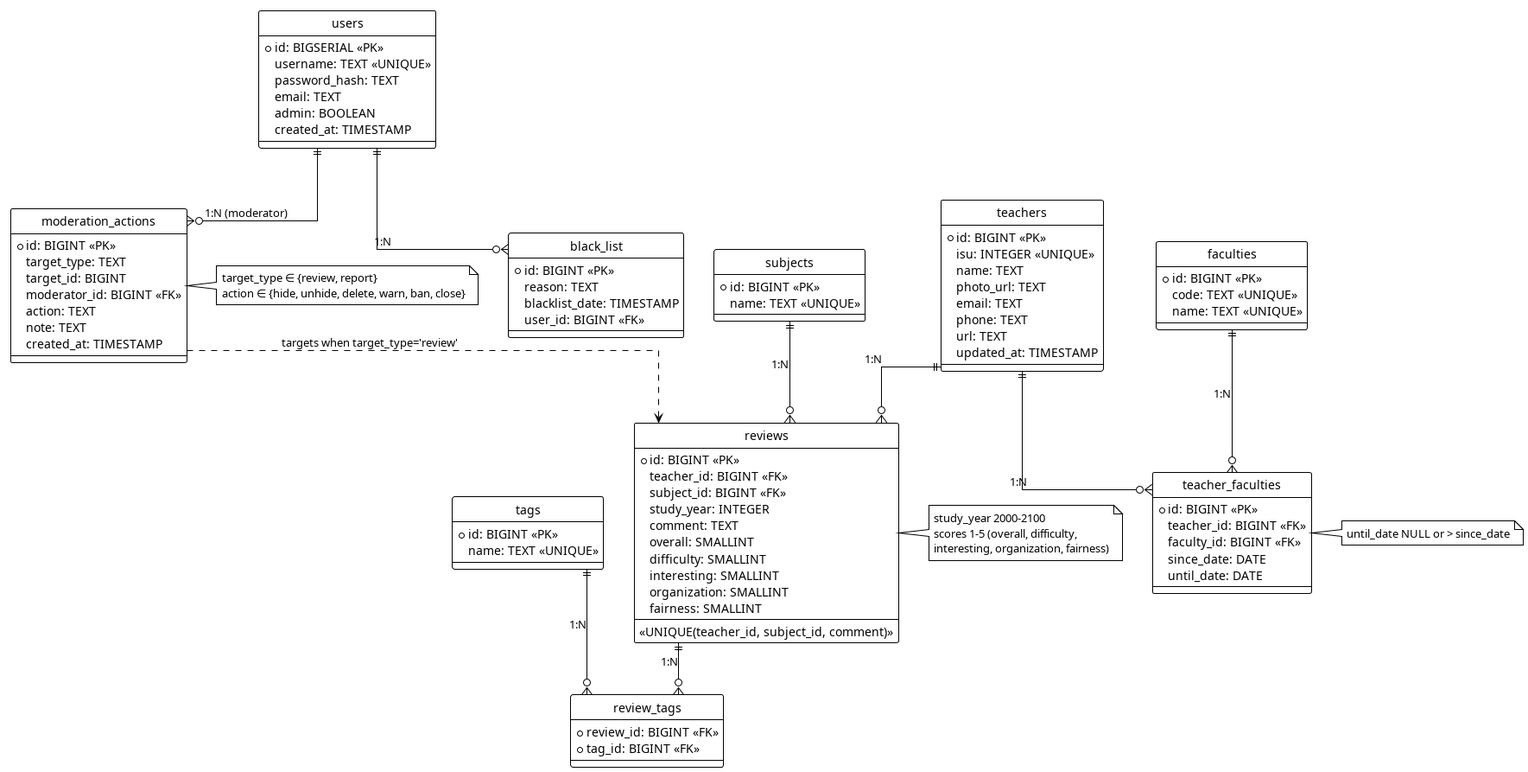
Before: out/assets/db_entities/db.png, a diagram exported from PlantUML (tenolly/reviews-system).
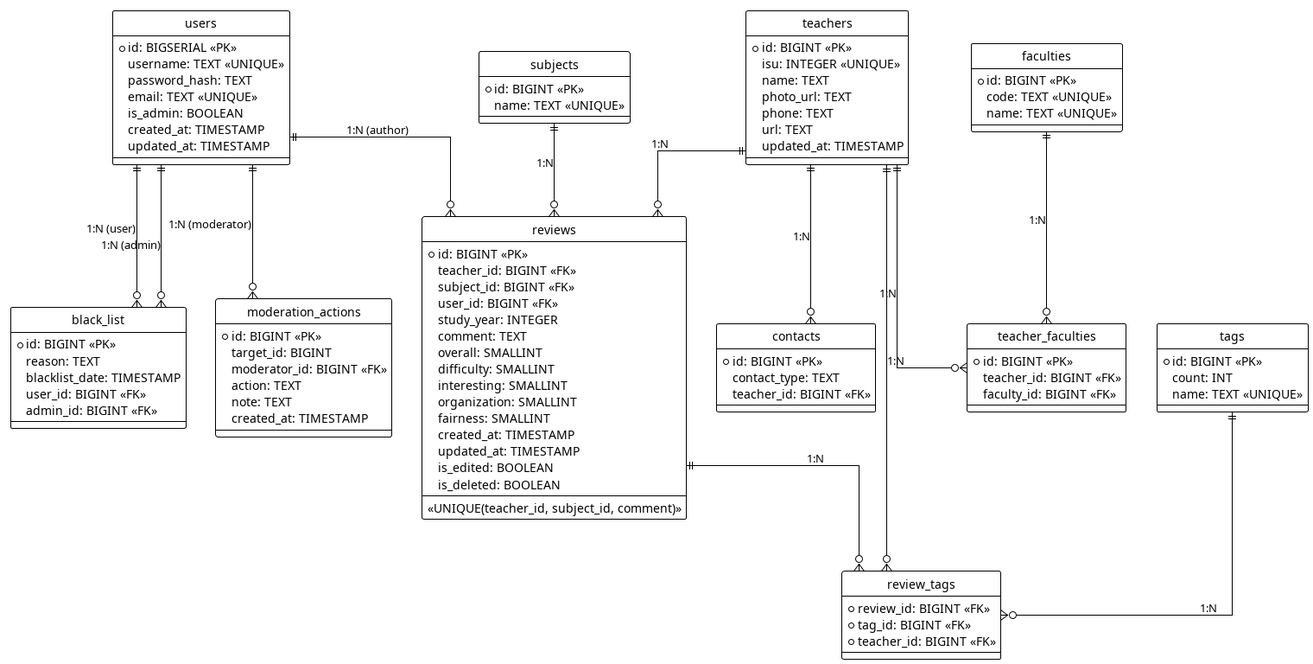
Above is the later version.

What changed in the source:
```diff
@@ -7,9 +7,10 @@
   *id: BIGSERIAL <<PK>>
   username: TEXT <<UNIQUE>>
   password_hash: TEXT
-  email: TEXT
-  admin: BOOLEAN
+  email: TEXT <<UNIQUE>>
+  is_admin: BOOLEAN
   created_at: TIMESTAMP
+  updated_at: TIMESTAMP
 }
 
 entity "teachers" as teachers {
@@ -17,10 +18,15 @@
   isu: INTEGER <<UNIQUE>>
   name: TEXT
   photo_url: TEXT
-  email: TEXT
   phone: TEXT
   url: TEXT
   updated_at: TIMESTAMP
+}
+
+entity "contacts" as contacts {
+  *id: BIGINT <<PK>>
+  contact_type: TEXT
+  teacher_id: BIGINT <<FK>>
 }
 
 entity "subjects" as subjects {
@@ -30,6 +36,7 @@
 
 entity "tags" as tags {
   *id: BIGINT <<PK>>
+  count: INT
   name: TEXT <<UNIQUE>>
 }
 
@@ -43,14 +50,13 @@
   *id: BIGINT <<PK>>
   teacher_id: BIGINT <<FK>>
   faculty_id: BIGINT <<FK>>
-  since_date: DATE
-  until_date: DATE
 }
 
 entity "reviews" as reviews {
   *id: BIGINT <<PK>>
   teacher_id: BIGINT <<FK>>
   subject_id: BIGINT <<FK>>
+  user_id: BIGINT <<FK>>
   study_year: INTEGER
   comment: TEXT
   overall: SMALLINT
@@ -58,12 +64,17 @@
   interesting: SMALLINT
   organization: SMALLINT
   fairness: SMALLINT
+  created_at: TIMESTAMP
+  updated_at: TIMESTAMP
+  is_edited: BOOLEAN
+  is_deleted: BOOLEAN
   <<UNIQUE(teacher_id, subject_id, comment)>>
 }
 
 entity "review_tags" as review_tags {
   *review_id: BIGINT <<FK>>
   *tag_id: BIGINT <<FK>>
+  *teacher_id: BIGINT <<FK>>
 }
 
 entity "black_list" as black_list {
@@ -71,11 +82,11 @@
   reason: TEXT
   blacklist_date: TIMESTAMP
   user_id: BIGINT <<FK>>
+  admin_id: BIGINT <<FK>>
 }
 
 entity "moderation_actions" as moderation_actions {
   *id: BIGINT <<PK>>
-  target_type: TEXT
   target_id: BIGINT
   moderator_id: BIGINT <<FK>>
   action: TEXT
@@ -85,27 +96,15 @@
 
 teachers  ||--o{ reviews           : "1:N"
 subjects  ||--o{ reviews           : "1:N"
+users     ||--o{ reviews           : "1:N (author)"
 reviews   ||--o{ review_tags       : "1:N"
 tags      ||--o{ review_tags       : "1:N"
+teachers  ||--o{ review_tags       : "1:N"
 teachers  ||--o{ teacher_faculties : "1:N"
 faculties ||--o{ teacher_faculties : "1:N"
-users     ||--o{ black_list        : "1:N"
+teachers  ||--o{ contacts          : "1:N"
+users     ||--o{ black_list        : "1:N (user)"
+users     ||--o{ black_list        : "1:N (admin)"
 users     ||--o{ moderation_actions: "1:N (moderator)"
 
-moderation_actions ..> reviews : "targets when target_type='review'"
-
-note right of reviews
-study_year 2000-2100
-scores 1-5 (overall, difficulty,
-interesting, organization, fairness)
-end note
-
-note right of teacher_faculties
-until_date NULL or > since_date
-end note
-
-note right of moderation_actions
-target_type ∈ {review, report}
-action ∈ {hide, unhide, delete, warn, ban, close}
-end note
 @enduml
```
